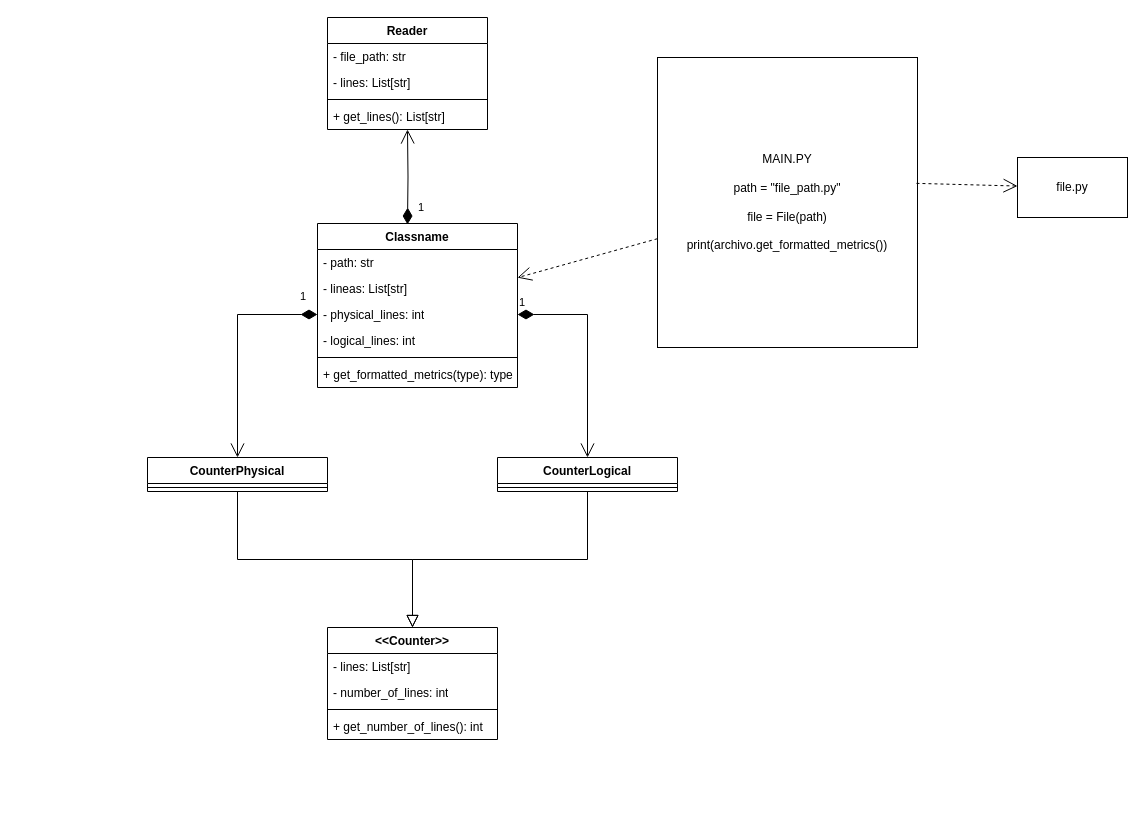
Earlier version of the draw.io diagram docs/diagrama_de_clases.drawio (DanielRosadoRodriguez/word_counter). Source tidied: cells renumbered, new cells numbered last; positions are measured from the earlier drawing's top-left corner, leaving out a move shared by most shapes. Both pictures are drawn from the tidied source at 100%, with x=0, y=0 at pixel (147, 17).
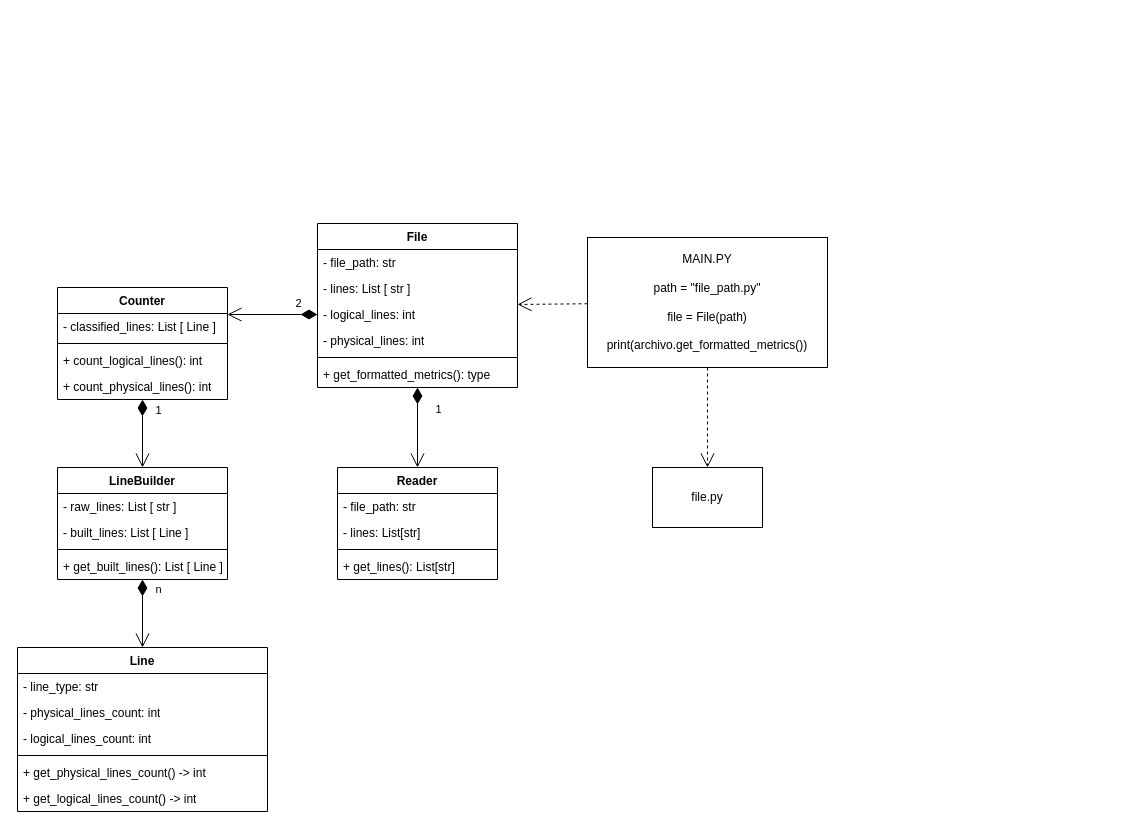
The same page after the edit.

Commit message (it also covers changes not shown here):
refactor: refactored logic from counters into LineBuilder. Added Line Class to store the number of physical and logical lines

What changed in the source:
```diff
@@
-    <mxCell id="2" style="endArrow=block;endSize=10;endFill=0;shadow=0;strokeWidth=1;rounded=0;curved=0;edgeStyle=elbowEdgeStyle;elbow=vertical;entryX=0.5;entryY=0;entryDx=0;entryDy=0;" parent="1" edge="1" source="12" target="14">
-      <mxGeometry relative="1" as="geometry" />
-    </mxCell>
-    <mxCell id="3" style="endArrow=block;endSize=10;endFill=0;shadow=0;strokeWidth=1;rounded=0;curved=0;edgeStyle=elbowEdgeStyle;elbow=vertical;entryX=0.5;entryY=0;entryDx=0;entryDy=0;" parent="1" edge="1" source="10" target="14">
-      <mxGeometry relative="1" as="geometry" />
-    </mxCell>
-    <mxCell id="4" value="1" style="endArrow=open;html=1;endSize=12;startArrow=diamondThin;startSize=14;startFill=1;edgeStyle=orthogonalEdgeStyle;align=left;verticalAlign=bottom;rounded=0;entryX=0.5;entryY=0;entryDx=0;entryDy=0;exitX=0;exitY=0.5;exitDx=0;exitDy=0;" parent="1" edge="1" source="23" target="12">
-      <mxGeometry x="-0.83" y="-9" relative="1" as="geometry" />
-    </mxCell>
-    <mxCell id="5" value="1" style="endArrow=open;html=1;endSize=12;startArrow=diamondThin;startSize=14;startFill=1;edgeStyle=orthogonalEdgeStyle;align=left;verticalAlign=bottom;rounded=0;exitX=1;exitY=0.5;exitDx=0;exitDy=0;entryX=0.5;entryY=0;entryDx=0;entryDy=0;" parent="1" edge="1" source="23" target="10">
-      <mxGeometry x="-1" y="3" relative="1" as="geometry" />
-    </mxCell>
     <mxCell id="6" value="MAIN.PY&lt;div&gt;&lt;br&gt;&lt;/div&gt;&lt;div&gt;path = &quot;file_path.py&quot;&lt;/div&gt;&lt;div&gt;&lt;br&gt;&lt;/div&gt;&lt;div&gt;file = File(path)&lt;/div&gt;&lt;div&gt;&lt;br&gt;&lt;/div&gt;&lt;div&gt;print(archivo.get_formatted_metrics())&lt;/div&gt;" style="rounded=0;whiteSpace=wrap;html=1;" parent="1" vertex="1">
-      <mxGeometry x="510" y="40" width="260" height="290" as="geometry" />
+      <mxGeometry x="440" y="220" width="240" height="130" as="geometry" />
     </mxCell>
@@
     <mxCell id="8" value="file.py" style="rounded=0;whiteSpace=wrap;html=1;" parent="1" vertex="1">
-      <mxGeometry x="870" y="140" width="110" height="60" as="geometry" />
+      <mxGeometry x="505" y="450" width="110" height="60" as="geometry" />
     </mxCell>
-    <mxCell id="9" style="endArrow=open;endSize=12;dashed=1;html=1;rounded=0;exitX=0.996;exitY=0.434;exitDx=0;exitDy=0;exitPerimeter=0;" parent="1" edge="1" source="6" target="8">
+    <mxCell id="9" style="endArrow=open;endSize=12;dashed=1;html=1;rounded=0;" parent="1" edge="1" source="6" target="8">
       <mxGeometry relative="1" as="geometry" />
     </mxCell>
-    <mxCell id="10" value="CounterLogical" style="swimlane;fontStyle=1;align=center;verticalAlign=top;horizontal=1;startSize=26;whiteSpace=wrap;html=1;" parent="1" vertex="1">
-      <mxGeometry x="350" y="440" width="180" height="34" as="geometry" />
-    </mxCell>
-    <mxCell id="11" style="line;strokeWidth=1;fillColor=none;align=left;verticalAlign=middle;spacingTop=-1;spacingLeft=3;spacingRight=3;labelPosition=right;strokeColor=inherit;" parent="10" vertex="1">
-      <mxGeometry y="26" width="180" height="8" as="geometry" />
-    </mxCell>
-    <mxCell id="12" value="CounterPhysical" style="swimlane;fontStyle=1;align=center;verticalAlign=top;horizontal=1;startSize=26;whiteSpace=wrap;html=1;" parent="1" vertex="1">
-      <mxGeometry y="440" width="180" height="34" as="geometry" />
-    </mxCell>
-    <mxCell id="13" style="line;strokeWidth=1;fillColor=none;align=left;verticalAlign=middle;spacingTop=-1;spacingLeft=3;spacingRight=3;labelPosition=right;strokeColor=inherit;" parent="12" vertex="1">
-      <mxGeometry y="26" width="180" height="8" as="geometry" />
-    </mxCell>
-    <mxCell id="14" value="&amp;lt;&amp;lt;Counter&amp;gt;&amp;gt;" style="swimlane;fontStyle=1;align=center;verticalAlign=top;horizontal=1;startSize=26;whiteSpace=wrap;html=1;" parent="1" vertex="1">
-      <mxGeometry x="180" y="610" width="170" height="112" as="geometry" />
+    <mxCell id="14" value="Counter" style="swimlane;fontStyle=1;align=center;verticalAlign=top;horizontal=1;startSize=26;whiteSpace=wrap;html=1;" parent="1" vertex="1">
+      <mxGeometry x="-90" y="270" width="170" height="112" as="geometry" />
     </mxCell>
-    <mxCell id="15" value="- lines: List[str]" style="text;strokeColor=none;fillColor=none;align=left;verticalAlign=top;spacingLeft=4;spacingRight=4;overflow=hidden;whiteSpace=wrap;html=1;" parent="14" vertex="1">
+    <mxCell id="15" value="- classified_lines: List [ Line ]" style="text;strokeColor=none;fillColor=none;align=left;verticalAlign=top;spacingLeft=4;spacingRight=4;overflow=hidden;whiteSpace=wrap;html=1;" parent="14" vertex="1">
       <mxGeometry y="26" width="170" height="26" as="geometry" />
     </mxCell>
-    <mxCell id="16" value="- number_of_lines: int" style="text;strokeColor=none;fillColor=none;align=left;verticalAlign=top;spacingLeft=4;spacingRight=4;overflow=hidden;whiteSpace=wrap;html=1;" parent="14" vertex="1">
-      <mxGeometry y="52" width="170" height="26" as="geometry" />
-    </mxCell>
     <mxCell id="17" style="line;strokeWidth=1;fillColor=none;align=left;verticalAlign=middle;spacingTop=-1;spacingLeft=3;spacingRight=3;labelPosition=right;strokeColor=inherit;" parent="14" vertex="1">
-      <mxGeometry y="78" width="170" height="8" as="geometry" />
+      <mxGeometry y="52" width="170" height="8" as="geometry" />
     </mxCell>
-    <mxCell id="18" value="+ get_number_of_lines(): int" style="text;strokeColor=none;fillColor=none;align=left;verticalAlign=top;spacingLeft=4;spacingRight=4;overflow=hidden;whiteSpace=wrap;html=1;" parent="14" vertex="1">
-      <mxGeometry y="86" width="170" height="26" as="geometry" />
+    <mxCell id="18" value="+ count_logical_lines(): int" style="text;strokeColor=none;fillColor=none;align=left;verticalAlign=top;spacingLeft=4;spacingRight=4;overflow=hidden;whiteSpace=wrap;html=1;" parent="14" vertex="1">
+      <mxGeometry y="60" width="170" height="26" as="geometry" />
     </mxCell>
+    <mxCell id="32" value="+ count_physical_lines(): int" style="text;strokeColor=none;fillColor=none;align=left;verticalAlign=top;spacingLeft=4;spacingRight=4;overflow=hidden;whiteSpace=wrap;html=1;" parent="14" vertex="1">
+      <mxGeometry y="86" width="170" height="26" as="geometry" />
+    </mxCell>
-    <mxCell id="19" value="Classname" style="swimlane;fontStyle=1;align=center;verticalAlign=top;horizontal=1;startSize=26;whiteSpace=wrap;html=1;" parent="1" vertex="1">
+    <mxCell id="19" value="File" style="swimlane;fontStyle=1;align=center;verticalAlign=top;horizontal=1;startSize=26;whiteSpace=wrap;html=1;" parent="1" vertex="1">
       <mxGeometry x="170" y="206" width="200" height="164" as="geometry" />
     </mxCell>
-    <mxCell id="20" value="1" style="endArrow=open;html=1;endSize=12;startArrow=diamondThin;startSize=14;startFill=1;edgeStyle=orthogonalEdgeStyle;align=left;verticalAlign=bottom;rounded=0;exitX=0;exitY=0.5;exitDx=0;exitDy=0;" parent="19" edge="1" target="27">
-      <mxGeometry x="-0.83" y="-9" relative="1" as="geometry">
-        <mxPoint x="90" y="1" as="sourcePoint" />
-      </mxGeometry>
-    </mxCell>
-    <mxCell id="21" value="- path: str&lt;div&gt;&lt;br&gt;&lt;/div&gt;" style="text;strokeColor=none;fillColor=none;align=left;verticalAlign=top;spacingLeft=4;spacingRight=4;overflow=hidden;whiteSpace=wrap;html=1;" parent="19" vertex="1">
+    <mxCell id="21" value="- file_path: str&lt;div&gt;&lt;br&gt;&lt;/div&gt;" style="text;strokeColor=none;fillColor=none;align=left;verticalAlign=top;spacingLeft=4;spacingRight=4;overflow=hidden;whiteSpace=wrap;html=1;" parent="19" vertex="1">
       <mxGeometry y="26" width="200" height="26" as="geometry" />
     </mxCell>
-    <mxCell id="22" value="&lt;div&gt;- lineas: List[str]&lt;/div&gt;" style="text;strokeColor=none;fillColor=none;align=left;verticalAlign=top;spacingLeft=4;spacingRight=4;overflow=hidden;whiteSpace=wrap;html=1;" parent="19" vertex="1">
+    <mxCell id="22" value="&lt;div&gt;- lines: List [ str ]&lt;/div&gt;" style="text;strokeColor=none;fillColor=none;align=left;verticalAlign=top;spacingLeft=4;spacingRight=4;overflow=hidden;whiteSpace=wrap;html=1;" parent="19" vertex="1">
       <mxGeometry y="52" width="200" height="26" as="geometry" />
     </mxCell>
-    <mxCell id="23" value="&lt;div&gt;- physical_lines: int&lt;/div&gt;" style="text;strokeColor=none;fillColor=none;align=left;verticalAlign=top;spacingLeft=4;spacingRight=4;overflow=hidden;points=[[0,0.5],[1,0.5]];portConstraint=eastwest;whiteSpace=wrap;html=1;" parent="19" vertex="1">
-      <mxGeometry y="78" width="200" height="26" as="geometry" />
-    </mxCell>
+    <mxCell id="33" value="&lt;div&gt;- logical_lines: int&lt;/div&gt;" style="text;strokeColor=none;fillColor=none;align=left;verticalAlign=top;spacingLeft=4;spacingRight=4;overflow=hidden;points=[[0,0.5],[1,0.5]];portConstraint=eastwest;whiteSpace=wrap;html=1;" parent="19" vertex="1">
+      <mxGeometry y="78" width="200" height="26" as="geometry" />
+    </mxCell>
-    <mxCell id="24" value="&lt;div&gt;- logical_lines: int&lt;/div&gt;" style="text;strokeColor=none;fillColor=none;align=left;verticalAlign=top;spacingLeft=4;spacingRight=4;overflow=hidden;whiteSpace=wrap;html=1;" parent="19" vertex="1">
+    <mxCell id="24" value="&lt;div&gt;- physical_lines: int&lt;/div&gt;" style="text;strokeColor=none;fillColor=none;align=left;verticalAlign=top;spacingLeft=4;spacingRight=4;overflow=hidden;whiteSpace=wrap;html=1;" parent="19" vertex="1">
       <mxGeometry y="104" width="200" height="26" as="geometry" />
     </mxCell>
@@
-    <mxCell id="26" value="+ get_formatted_metrics(type): type" style="text;strokeColor=none;fillColor=none;align=left;verticalAlign=top;spacingLeft=4;spacingRight=4;overflow=hidden;whiteSpace=wrap;html=1;" parent="19" vertex="1">
+    <mxCell id="26" value="+ get_formatted_metrics(): type" style="text;strokeColor=none;fillColor=none;align=left;verticalAlign=top;spacingLeft=4;spacingRight=4;overflow=hidden;whiteSpace=wrap;html=1;" parent="19" vertex="1">
       <mxGeometry y="138" width="200" height="26" as="geometry" />
     </mxCell>
     <mxCell id="27" value="Reader" style="swimlane;fontStyle=1;align=center;verticalAlign=top;horizontal=1;startSize=26;whiteSpace=wrap;html=1;" parent="1" vertex="1">
-      <mxGeometry x="180" width="160" height="112" as="geometry" />
+      <mxGeometry x="190" y="450" width="160" height="112" as="geometry" />
     </mxCell>
@@
+    <mxCell id="34" value="Line" style="swimlane;fontStyle=1;align=center;verticalAlign=top;horizontal=1;startSize=26;whiteSpace=wrap;html=1;" parent="1" vertex="1">
+      <mxGeometry x="-130" y="630" width="250" height="164" as="geometry" />
+    </mxCell>
+    <mxCell id="35" value="- line_type: str" style="text;strokeColor=none;fillColor=none;align=left;verticalAlign=top;spacingLeft=4;spacingRight=4;overflow=hidden;whiteSpace=wrap;html=1;" parent="34" vertex="1">
+      <mxGeometry y="26" width="250" height="26" as="geometry" />
+    </mxCell>
+    <mxCell id="36" value="- physical_lines_count: int" style="text;strokeColor=none;fillColor=none;align=left;verticalAlign=top;spacingLeft=4;spacingRight=4;overflow=hidden;whiteSpace=wrap;html=1;" parent="34" vertex="1">
+      <mxGeometry y="52" width="250" height="26" as="geometry" />
+    </mxCell>
+    <mxCell id="37" value="- logical_lines_count: int" style="text;strokeColor=none;fillColor=none;align=left;verticalAlign=top;spacingLeft=4;spacingRight=4;overflow=hidden;whiteSpace=wrap;html=1;" parent="34" vertex="1">
+      <mxGeometry y="78" width="250" height="26" as="geometry" />
+    </mxCell>
+    <mxCell id="38" style="line;strokeWidth=1;fillColor=none;align=left;verticalAlign=middle;spacingTop=-1;spacingLeft=3;spacingRight=3;labelPosition=right;strokeColor=inherit;" parent="34" vertex="1">
+      <mxGeometry y="104" width="250" height="8" as="geometry" />
+    </mxCell>
+    <mxCell id="39" value="+&amp;nbsp;get_physical_lines_count() -&amp;gt; int" style="text;strokeColor=none;fillColor=none;align=left;verticalAlign=top;spacingLeft=4;spacingRight=4;overflow=hidden;whiteSpace=wrap;html=1;" parent="34" vertex="1">
+      <mxGeometry y="112" width="250" height="26" as="geometry" />
+    </mxCell>
+    <mxCell id="40" value="+&amp;nbsp;get_logical_lines_count() -&amp;gt; int" style="text;strokeColor=none;fillColor=none;align=left;verticalAlign=top;spacingLeft=4;spacingRight=4;overflow=hidden;whiteSpace=wrap;html=1;" parent="34" vertex="1">
+      <mxGeometry y="138" width="250" height="26" as="geometry" />
+    </mxCell>
+    <mxCell id="41" value="LineBuilder" style="swimlane;fontStyle=1;align=center;verticalAlign=top;horizontal=1;startSize=26;whiteSpace=wrap;html=1;" parent="1" vertex="1">
+      <mxGeometry x="-90" y="450" width="170" height="112" as="geometry" />
+    </mxCell>
+    <mxCell id="42" value="- raw_lines: List [ str ]" style="text;strokeColor=none;fillColor=none;align=left;verticalAlign=top;spacingLeft=4;spacingRight=4;overflow=hidden;whiteSpace=wrap;html=1;" parent="41" vertex="1">
+      <mxGeometry y="26" width="170" height="26" as="geometry" />
+    </mxCell>
+    <mxCell id="43" value="- built_lines: List [ Line ]" style="text;strokeColor=none;fillColor=none;align=left;verticalAlign=top;spacingLeft=4;spacingRight=4;overflow=hidden;whiteSpace=wrap;html=1;" parent="41" vertex="1">
+      <mxGeometry y="52" width="170" height="26" as="geometry" />
+    </mxCell>
+    <mxCell id="44" style="line;strokeWidth=1;fillColor=none;align=left;verticalAlign=middle;spacingTop=-1;spacingLeft=3;spacingRight=3;labelPosition=right;strokeColor=inherit;" parent="41" vertex="1">
+      <mxGeometry y="78" width="170" height="8" as="geometry" />
+    </mxCell>
+    <mxCell id="45" value="+ get_built_lines(): List [ Line ]" style="text;strokeColor=none;fillColor=none;align=left;verticalAlign=top;spacingLeft=4;spacingRight=4;overflow=hidden;whiteSpace=wrap;html=1;" parent="41" vertex="1">
+      <mxGeometry y="86" width="170" height="26" as="geometry" />
+    </mxCell>
+    <mxCell id="46" style="endArrow=open;html=1;endSize=12;startArrow=diamondThin;startSize=14;startFill=1;edgeStyle=orthogonalEdgeStyle;align=left;verticalAlign=bottom;rounded=0;exitX=0;exitY=0.5;exitDx=0;exitDy=0;" parent="1" edge="1" source="33" target="14">
+      <mxGeometry x="-0.33" y="-7" relative="1" as="geometry">
+        <Array as="points">
+          <mxPoint x="15" y="297" />
+        </Array>
+      </mxGeometry>
+    </mxCell>
+    <mxCell id="47" value="2" style="edgeLabel;html=1;align=center;verticalAlign=middle;" parent="46" vertex="1">
+      <mxGeometry x="-0.51" y="-5" relative="1" as="geometry">
+        <mxPoint x="2" y="-7" as="offset" />
+      </mxGeometry>
+    </mxCell>
+    <mxCell id="48" style="endArrow=open;html=1;endSize=12;startArrow=diamondThin;startSize=14;startFill=1;edgeStyle=orthogonalEdgeStyle;align=left;verticalAlign=bottom;rounded=0;" parent="1" edge="1" source="19" target="27">
+      <mxGeometry x="-0.83" y="-9" relative="1" as="geometry" />
+    </mxCell>
+    <mxCell id="49" value="1" style="edgeLabel;html=1;align=center;verticalAlign=middle;" parent="48" vertex="1">
+      <mxGeometry x="0.09" y="1" relative="1" as="geometry">
+        <mxPoint x="19" y="-23" as="offset" />
+      </mxGeometry>
+    </mxCell>
+    <mxCell id="50" style="endArrow=open;html=1;endSize=12;startArrow=diamondThin;startSize=14;startFill=1;edgeStyle=orthogonalEdgeStyle;align=left;verticalAlign=bottom;rounded=0;" parent="1" edge="1" source="14" target="41">
+      <mxGeometry x="-0.18" y="-25" relative="1" as="geometry" />
+    </mxCell>
+    <mxCell id="51" value="1" style="edgeLabel;html=1;align=center;verticalAlign=middle;" parent="50" vertex="1">
+      <mxGeometry x="-0.7" y="2" relative="1" as="geometry">
+        <mxPoint x="13" as="offset" />
+      </mxGeometry>
+    </mxCell>
+    <mxCell id="52" style="endArrow=open;html=1;endSize=12;startArrow=diamondThin;startSize=14;startFill=1;edgeStyle=orthogonalEdgeStyle;align=left;verticalAlign=bottom;rounded=0;" parent="1" edge="1" source="41" target="34">
+      <mxGeometry x="-0.83" y="-9" relative="1" as="geometry" />
+    </mxCell>
+    <mxCell id="53" value="n" style="edgeLabel;html=1;align=center;verticalAlign=middle;" parent="52" vertex="1">
+      <mxGeometry x="-0.74" y="2" relative="1" as="geometry">
+        <mxPoint x="13" as="offset" />
+      </mxGeometry>
+    </mxCell>
```
